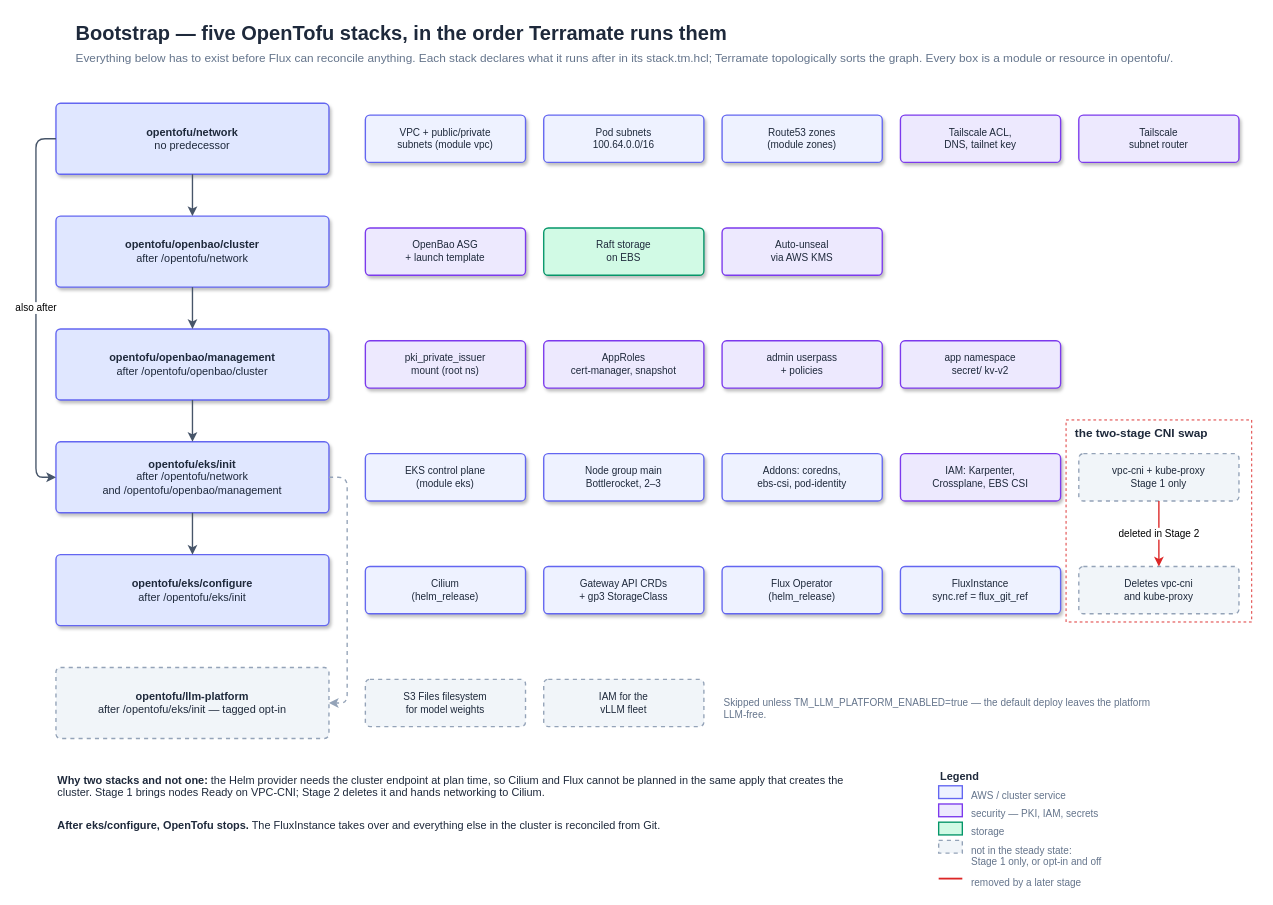
Above: docs/architecture/bootstrap-stages.drawio in Smana/cloud-native-ref (draw.io), before the change. Source tidied: cells renumbered, new cells numbered last; positions are measured from the earlier drawing's top-left corner, leaving out a move shared by most shapes. Both pictures are drawn from the tidied source at 91%, with x=0, y=0 at pixel (35, 15).
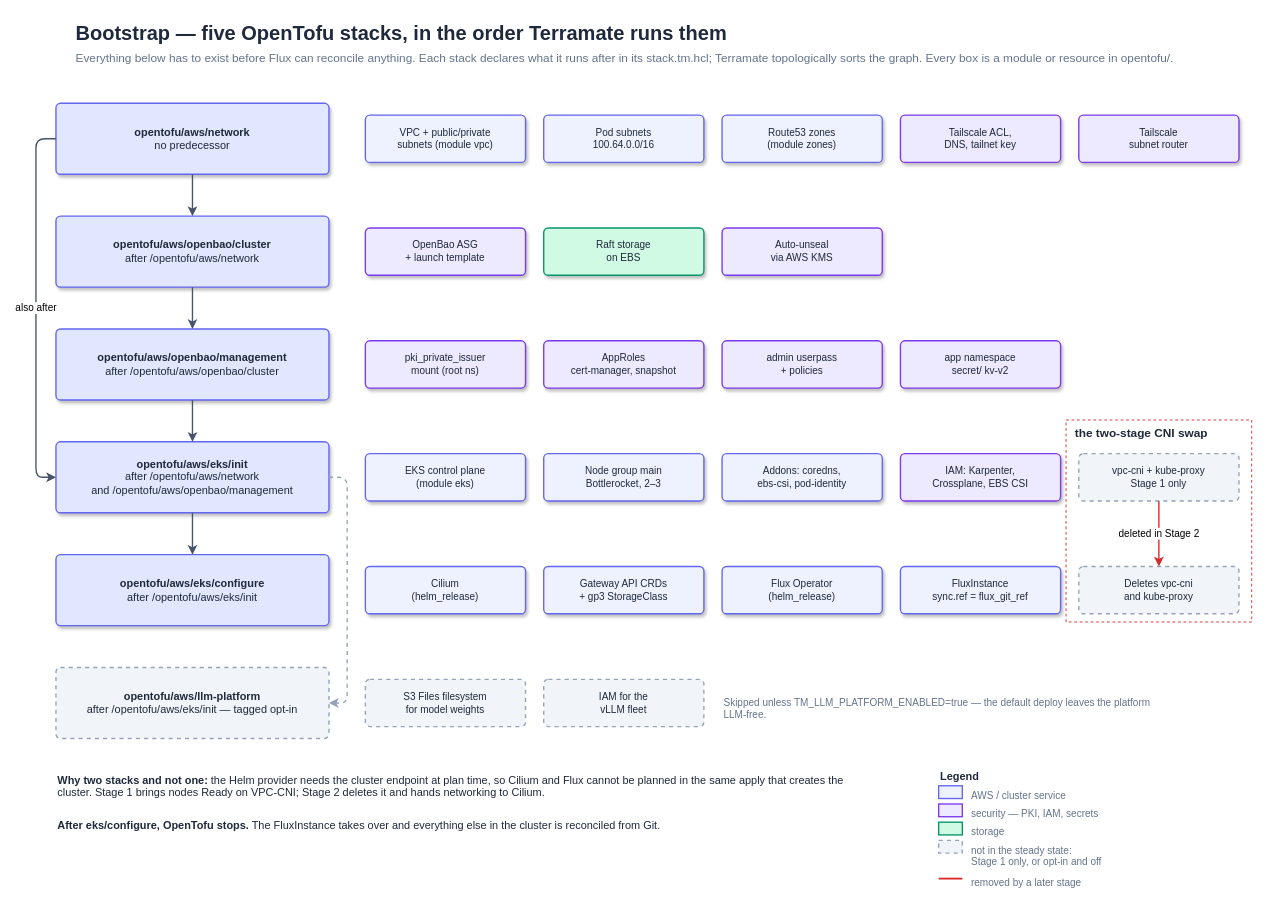
The same page after the edit.

What changed in the source:
```diff
@@
-    <mxCell id="4" value="&lt;b&gt;opentofu/network&lt;/b&gt;&#10;no predecessor" style="rounded=1;absoluteArcSize=1;arcSize=10;shadow=1;whiteSpace=wrap;html=1;fillColor=#E0E7FF;strokeColor=#6366F1;strokeWidth=1.5;fontColor=#1E293B;fontFamily=Helvetica;fontSize=12;" parent="1" vertex="1">
+    <mxCell id="4" value="&lt;b&gt;opentofu/aws/network&lt;/b&gt;&#10;no predecessor" style="rounded=1;absoluteArcSize=1;arcSize=10;shadow=1;whiteSpace=wrap;html=1;fillColor=#E0E7FF;strokeColor=#6366F1;strokeWidth=1.5;fontColor=#1E293B;fontFamily=Helvetica;fontSize=12;" parent="1" vertex="1">
       <mxGeometry x="22" y="96" width="300" height="78" as="geometry" />
     </mxCell>
@@
-    <mxCell id="10" value="&lt;b&gt;opentofu/openbao/cluster&lt;/b&gt;&#10;after /opentofu/network" style="rounded=1;absoluteArcSize=1;arcSize=10;shadow=1;whiteSpace=wrap;html=1;fillColor=#E0E7FF;strokeColor=#6366F1;strokeWidth=1.5;fontColor=#1E293B;fontFamily=Helvetica;fontSize=12;" parent="1" vertex="1">
+    <mxCell id="10" value="&lt;b&gt;opentofu/aws/openbao/cluster&lt;/b&gt;&#10;after /opentofu/aws/network" style="rounded=1;absoluteArcSize=1;arcSize=10;shadow=1;whiteSpace=wrap;html=1;fillColor=#E0E7FF;strokeColor=#6366F1;strokeWidth=1.5;fontColor=#1E293B;fontFamily=Helvetica;fontSize=12;" parent="1" vertex="1">
       <mxGeometry x="22" y="220" width="300" height="78" as="geometry" />
     </mxCell>
@@
-    <mxCell id="14" value="&lt;b&gt;opentofu/openbao/management&lt;/b&gt;&#10;after /opentofu/openbao/cluster" style="rounded=1;absoluteArcSize=1;arcSize=10;shadow=1;whiteSpace=wrap;html=1;fillColor=#E0E7FF;strokeColor=#6366F1;strokeWidth=1.5;fontColor=#1E293B;fontFamily=Helvetica;fontSize=12;" parent="1" vertex="1">
+    <mxCell id="14" value="&lt;b&gt;opentofu/aws/openbao/management&lt;/b&gt;&#10;after /opentofu/aws/openbao/cluster" style="rounded=1;absoluteArcSize=1;arcSize=10;shadow=1;whiteSpace=wrap;html=1;fillColor=#E0E7FF;strokeColor=#6366F1;strokeWidth=1.5;fontColor=#1E293B;fontFamily=Helvetica;fontSize=12;" parent="1" vertex="1">
       <mxGeometry x="22" y="344" width="300" height="78" as="geometry" />
     </mxCell>
@@
-    <mxCell id="19" value="&lt;b&gt;opentofu/eks/init&lt;/b&gt;&#10;after /opentofu/network&#10;and /opentofu/openbao/management" style="rounded=1;absoluteArcSize=1;arcSize=10;shadow=1;whiteSpace=wrap;html=1;fillColor=#E0E7FF;strokeColor=#6366F1;strokeWidth=1.5;fontColor=#1E293B;fontFamily=Helvetica;fontSize=12;" parent="1" vertex="1">
+    <mxCell id="19" value="&lt;b&gt;opentofu/aws/eks/init&lt;/b&gt;&#10;after /opentofu/aws/network&#10;and /opentofu/aws/openbao/management" style="rounded=1;absoluteArcSize=1;arcSize=10;shadow=1;whiteSpace=wrap;html=1;fillColor=#E0E7FF;strokeColor=#6366F1;strokeWidth=1.5;fontColor=#1E293B;fontFamily=Helvetica;fontSize=12;" parent="1" vertex="1">
       <mxGeometry x="22" y="468" width="300" height="78" as="geometry" />
     </mxCell>
@@
-    <mxCell id="25" value="&lt;b&gt;opentofu/eks/configure&lt;/b&gt;&#10;after /opentofu/eks/init" style="rounded=1;absoluteArcSize=1;arcSize=10;shadow=1;whiteSpace=wrap;html=1;fillColor=#E0E7FF;strokeColor=#6366F1;strokeWidth=1.5;fontColor=#1E293B;fontFamily=Helvetica;fontSize=12;" parent="1" vertex="1">
+    <mxCell id="25" value="&lt;b&gt;opentofu/aws/eks/configure&lt;/b&gt;&#10;after /opentofu/aws/eks/init" style="rounded=1;absoluteArcSize=1;arcSize=10;shadow=1;whiteSpace=wrap;html=1;fillColor=#E0E7FF;strokeColor=#6366F1;strokeWidth=1.5;fontColor=#1E293B;fontFamily=Helvetica;fontSize=12;" parent="1" vertex="1">
       <mxGeometry x="22" y="592" width="300" height="78" as="geometry" />
     </mxCell>
@@
-    <mxCell id="31" value="&lt;b&gt;opentofu/llm-platform&lt;/b&gt;&#10;after /opentofu/eks/init — tagged opt-in" style="rounded=1;absoluteArcSize=1;arcSize=10;dashed=1;whiteSpace=wrap;html=1;fillColor=#F1F5F9;strokeColor=#94A3B8;strokeWidth=1.5;fontColor=#1E293B;fontFamily=Helvetica;fontSize=12;" parent="1" vertex="1">
+    <mxCell id="31" value="&lt;b&gt;opentofu/aws/llm-platform&lt;/b&gt;&#10;after /opentofu/aws/eks/init — tagged opt-in" style="rounded=1;absoluteArcSize=1;arcSize=10;dashed=1;whiteSpace=wrap;html=1;fillColor=#F1F5F9;strokeColor=#94A3B8;strokeWidth=1.5;fontColor=#1E293B;fontFamily=Helvetica;fontSize=12;" parent="1" vertex="1">
       <mxGeometry x="22" y="716" width="300" height="78" as="geometry" />
     </mxCell>
```
